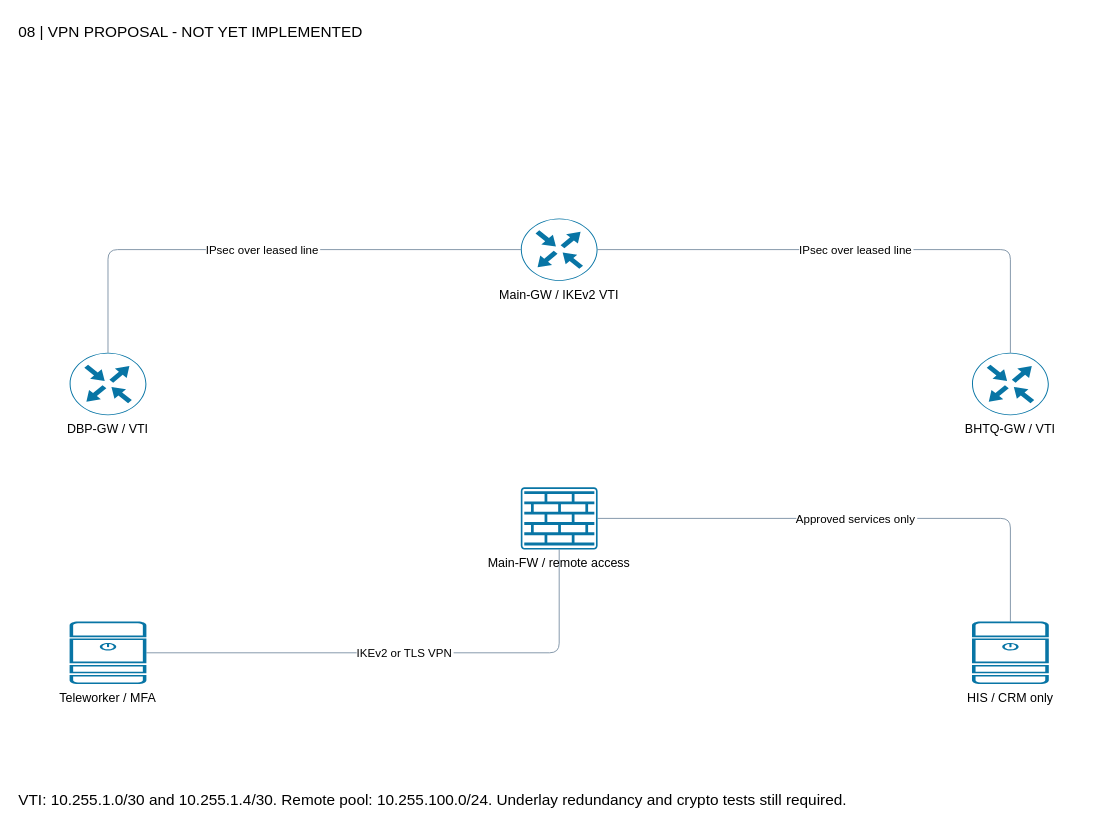
Dat-nguyen195/BTL_ComputerNetwork keeps this draw.io diagram as page "08 | VPN PROPOSAL - NOT YET IMPLEMENTED" (7 of 9) of docs/02-design/diagrams/hospital-cisco.drawio. Above is the earlier version. Source tidied: cells renumbered, new cells numbered last; positions are measured from the earlier drawing's top-left corner, leaving out a move shared by most shapes. Both pictures are drawn from the tidied source at 96%, with x=0, y=0 at pixel (16, 16).
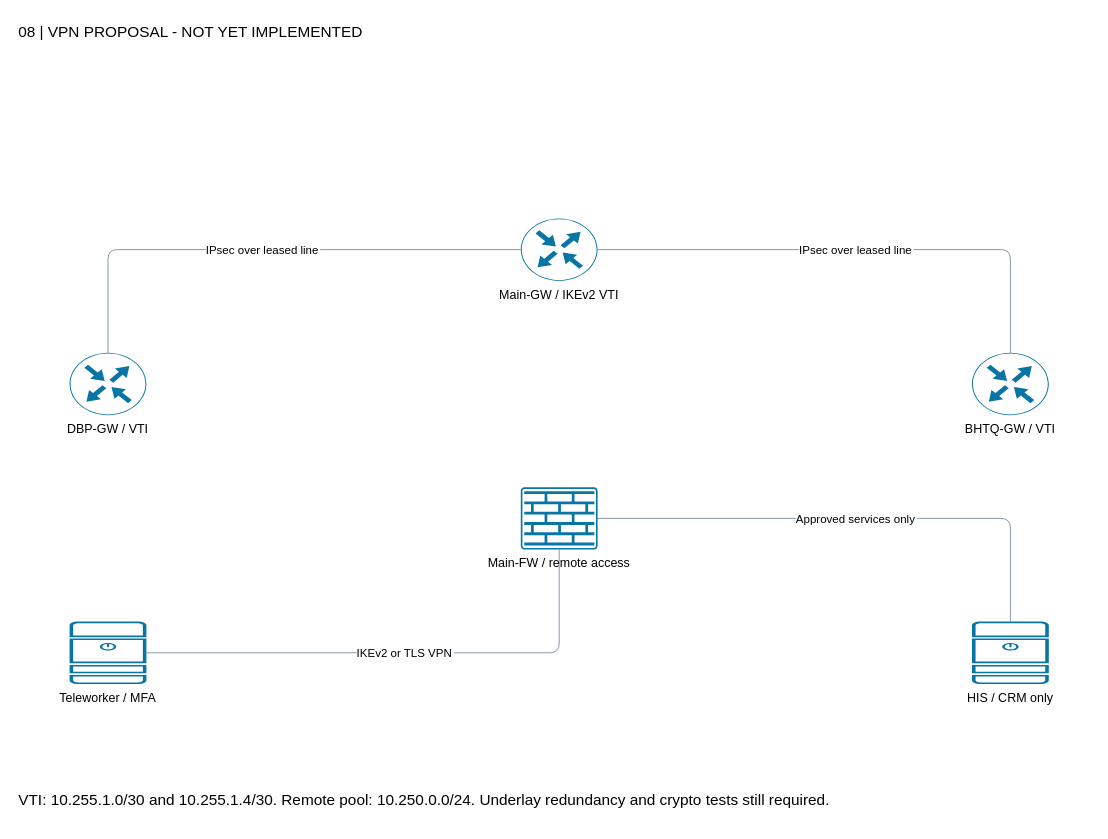
Above is the later version.

Change to the diagram source:
```diff
@@
 <mxGraphModel>
   <root>
     <mxCell id="0" />
     <mxCell id="1" parent="0" />
     <mxCell id="2" value="08 | VPN PROPOSAL - NOT YET IMPLEMENTED" style="text;html=0;whiteSpace=wrap;align=left;fontSize=16;" parent="1" vertex="1">
       <mxGeometry width="1120" height="40" as="geometry" />
     </mxCell>
-    <mxCell id="3" value="VTI: 10.255.1.0/30 and 10.255.1.4/30. Remote pool: 10.255.100.0/24. Underlay redundancy and crypto tests still required." style="text;html=0;whiteSpace=wrap;align=left;fontSize=16;" parent="1" vertex="1">
+    <mxCell id="3" value="VTI: 10.255.1.0/30 and 10.255.1.4/30. Remote pool: 10.250.0.0/24. Underlay redundancy and crypto tests still required." style="text;html=0;whiteSpace=wrap;align=left;fontSize=16;" parent="1" vertex="1">
       <mxGeometry y="800" width="1120" height="40" as="geometry" />
     </mxCell>
     <mxCell id="4" value="IPsec over leased line" style="edgeStyle=orthogonalEdgeStyle;endArrow=none;strokeColor=#8296a9;fontSize=12;" parent="1" edge="1" source="8" target="9">
       <mxGeometry relative="1" as="geometry" />
     </mxCell>
     <mxCell id="5" value="IPsec over leased line" style="edgeStyle=orthogonalEdgeStyle;endArrow=none;strokeColor=#8296a9;fontSize=12;" parent="1" edge="1" source="8" target="10">
       <mxGeometry relative="1" as="geometry" />
     </mxCell>
     <mxCell id="6" value="IKEv2 or TLS VPN" style="edgeStyle=orthogonalEdgeStyle;endArrow=none;strokeColor=#8296a9;fontSize=12;" parent="1" edge="1" source="12" target="11">
       <mxGeometry relative="1" as="geometry" />
     </mxCell>
     <mxCell id="7" value="Approved services only" style="edgeStyle=orthogonalEdgeStyle;endArrow=none;strokeColor=#8296a9;fontSize=12;" parent="1" edge="1" source="11" target="13">
       <mxGeometry relative="1" as="geometry" />
     </mxCell>
     <mxCell id="8" value="Main-GW / IKEv2 VTI" style="shape=mxgraph.cisco19.router;fillColor=#0875a5;strokeColor=none;verticalLabelPosition=bottom;verticalAlign=top;align=center;fontSize=13;" parent="1" vertex="1">
       <mxGeometry x="525" y="210" width="80" height="65" as="geometry" />
     </mxCell>
     <mxCell id="9" value="DBP-GW / VTI" style="shape=mxgraph.cisco19.router;fillColor=#0875a5;strokeColor=none;verticalLabelPosition=bottom;verticalAlign=top;align=center;fontSize=13;" parent="1" vertex="1">
       <mxGeometry x="55" y="350" width="80" height="65" as="geometry" />
     </mxCell>
     <mxCell id="10" value="BHTQ-GW / VTI" style="shape=mxgraph.cisco19.router;fillColor=#0875a5;strokeColor=none;verticalLabelPosition=bottom;verticalAlign=top;align=center;fontSize=13;" parent="1" vertex="1">
       <mxGeometry x="995" y="350" width="80" height="65" as="geometry" />
     </mxCell>
     <mxCell id="11" value="Main-FW / remote access" style="shape=mxgraph.cisco19.firewall;fillColor=#0875a5;strokeColor=none;verticalLabelPosition=bottom;verticalAlign=top;align=center;fontSize=13;" parent="1" vertex="1">
       <mxGeometry x="525" y="490" width="80" height="65" as="geometry" />
     </mxCell>
     <mxCell id="12" value="Teleworker / MFA" style="shape=mxgraph.cisco19.server;fillColor=#0875a5;strokeColor=none;verticalLabelPosition=bottom;verticalAlign=top;align=center;fontSize=13;" parent="1" vertex="1">
       <mxGeometry x="55" y="630" width="80" height="65" as="geometry" />
     </mxCell>
     <mxCell id="13" value="HIS / CRM only" style="shape=mxgraph.cisco19.server;fillColor=#0875a5;strokeColor=none;verticalLabelPosition=bottom;verticalAlign=top;align=center;fontSize=13;" parent="1" vertex="1">
       <mxGeometry x="995" y="630" width="80" height="65" as="geometry" />
     </mxCell>
   </root>
 </mxGraphModel>
```
